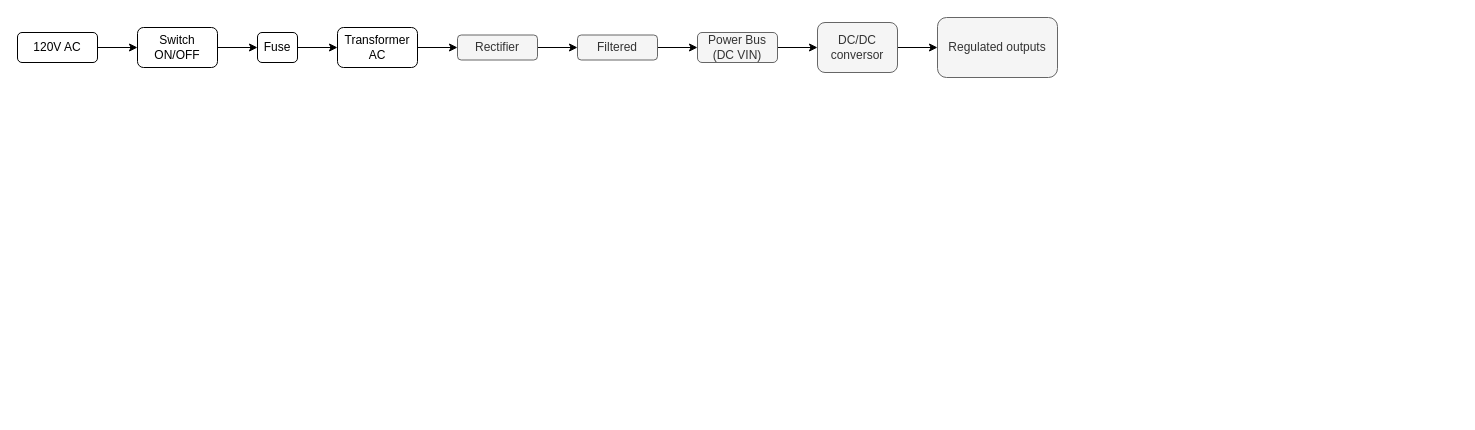
Above: Documentación/HBLD_Power_supply.drawio in HenryPabon09/Project_1_Power_supply (draw.io), before the change. Source tidied: cells renumbered, new cells numbered last; positions are measured from the earlier drawing's top-left corner, leaving out a move shared by most shapes. Both pictures are drawn from the tidied source at 100%, with x=0, y=0 at pixel (17, 17).
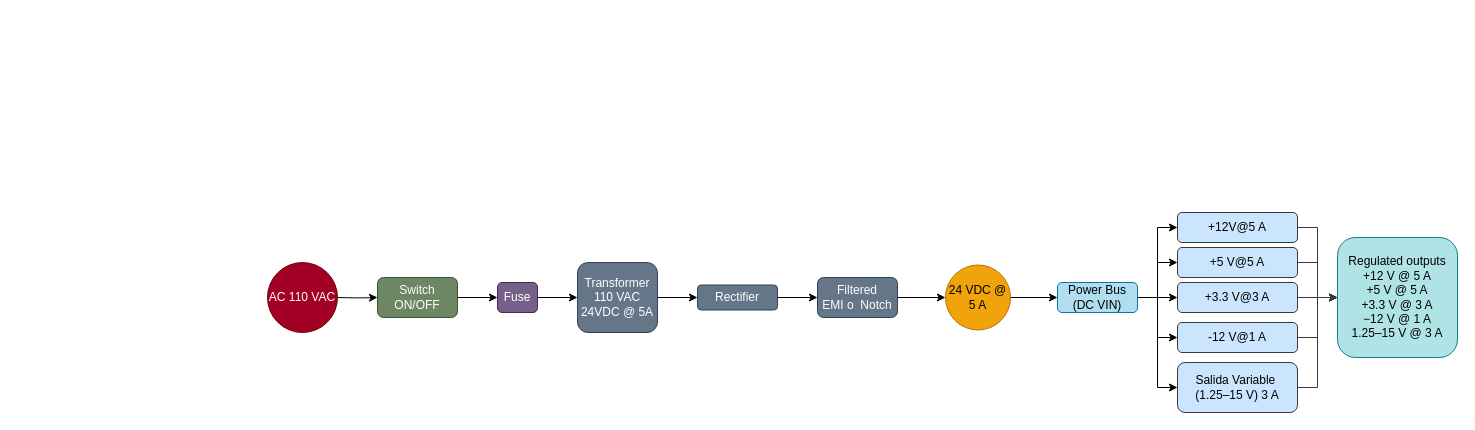
After the change.

What changed in the source:
```diff
@@
-    <mxCell id="2" style="edgeStyle=orthogonalEdgeStyle;rounded=1;jettySize=auto;html=1;exitX=1;exitY=0.5;exitDx=0;exitDy=0;entryX=0;entryY=0.5;entryDx=0;entryDy=0;" parent="1" edge="1" source="3" target="9">
-      <mxGeometry relative="1" as="geometry" />
+    <mxCell id="2" style="edgeStyle=orthogonalEdgeStyle;rounded=1;jettySize=auto;html=1;exitX=1;exitY=0.5;exitDx=0;exitDy=0;entryX=0;entryY=0.5;entryDx=0;entryDy=0;" parent="1" edge="1" target="9">
+      <mxGeometry relative="1" as="geometry">
+        <mxPoint x="320" y="280" as="sourcePoint" />
+      </mxGeometry>
     </mxCell>
-    <mxCell id="3" value="120V AC" style="rounded=1;whiteSpace=wrap;html=1;" parent="1" vertex="1">
-      <mxGeometry y="15" width="80" height="30" as="geometry" />
-    </mxCell>
@@
-    <mxCell id="5" value="Transformer AC" style="rounded=1;whiteSpace=wrap;html=1;" parent="1" vertex="1">
-      <mxGeometry x="320" y="10" width="80" height="40" as="geometry" />
+    <mxCell id="5" value="Transformer 110 VAC 24VDC @ 5A" style="rounded=1;whiteSpace=wrap;html=1;fillColor=#647687;fontColor=#ffffff;strokeColor=#314354;" parent="1" vertex="1">
+      <mxGeometry x="560" y="245" width="80" height="70" as="geometry" />
     </mxCell>
@@
-    <mxCell id="7" value="Fuse" style="rounded=1;whiteSpace=wrap;html=1;" parent="1" vertex="1">
-      <mxGeometry x="240" y="15" width="40" height="30" as="geometry" />
+    <mxCell id="7" value="Fuse" style="rounded=1;whiteSpace=wrap;html=1;fillColor=#76608a;fontColor=#ffffff;strokeColor=#432D57;" parent="1" vertex="1">
+      <mxGeometry x="480" y="265" width="40" height="30" as="geometry" />
     </mxCell>
@@
-    <mxCell id="9" value="Switch&lt;div&gt;ON/OFF&lt;/div&gt;" style="rounded=1;whiteSpace=wrap;html=1;" parent="1" vertex="1">
-      <mxGeometry x="120" y="10" width="80" height="40" as="geometry" />
+    <mxCell id="9" value="Switch&lt;div&gt;ON/OFF&lt;/div&gt;" style="rounded=1;whiteSpace=wrap;html=1;fillColor=#6d8764;fontColor=#ffffff;strokeColor=#3A5431;" parent="1" vertex="1">
+      <mxGeometry x="360" y="260" width="80" height="40" as="geometry" />
     </mxCell>
@@
-    <mxCell id="11" value="Rectifier" style="rounded=1;whiteSpace=wrap;html=1;fillColor=#f5f5f5;strokeColor=#666666;fontColor=#333333;" parent="1" vertex="1">
-      <mxGeometry x="440" y="17.5" width="80" height="25" as="geometry" />
+    <mxCell id="11" value="Rectifier" style="rounded=1;whiteSpace=wrap;html=1;fillColor=#647687;fontColor=#ffffff;strokeColor=#314354;" parent="1" vertex="1">
+      <mxGeometry x="680" y="267.5" width="80" height="25" as="geometry" />
     </mxCell>
-    <mxCell id="12" style="edgeStyle=orthogonalEdgeStyle;rounded=1;jettySize=auto;html=1;" parent="1" edge="1" source="13" target="15">
-      <mxGeometry relative="1" as="geometry" />
-    </mxCell>
+    <mxCell id="19" style="edgeStyle=orthogonalEdgeStyle;rounded=0;jettySize=auto;html=1;" parent="1" edge="1" source="13" target="27">
+      <mxGeometry relative="1" as="geometry" />
+    </mxCell>
-    <mxCell id="13" value="Filtered" style="rounded=1;whiteSpace=wrap;html=1;fillColor=#f5f5f5;strokeColor=#666666;fontColor=#333333;" parent="1" vertex="1">
-      <mxGeometry x="560" y="17.5" width="80" height="25" as="geometry" />
+    <mxCell id="13" value="Filtered&lt;div&gt;EMI o&amp;nbsp; Notch&lt;/div&gt;" style="rounded=1;whiteSpace=wrap;html=1;fillColor=#647687;fontColor=#ffffff;strokeColor=#314354;" parent="1" vertex="1">
+      <mxGeometry x="800" y="260" width="80" height="40" as="geometry" />
     </mxCell>
-    <mxCell id="14" style="edgeStyle=orthogonalEdgeStyle;rounded=1;jettySize=auto;html=1;" parent="1" edge="1" source="15" target="17">
-      <mxGeometry relative="1" as="geometry" />
-    </mxCell>
+    <mxCell id="20" style="edgeStyle=orthogonalEdgeStyle;rounded=0;jettySize=auto;html=1;entryX=0;entryY=0.5;entryDx=0;entryDy=0;" parent="1" edge="1" source="15" target="35">
+      <mxGeometry relative="1" as="geometry" />
+    </mxCell>
+    <mxCell id="21" style="edgeStyle=orthogonalEdgeStyle;rounded=0;jettySize=auto;html=1;exitX=1;exitY=0.5;exitDx=0;exitDy=0;entryX=0;entryY=0.5;entryDx=0;entryDy=0;" parent="1" edge="1" source="15" target="31">
+      <mxGeometry relative="1" as="geometry" />
+    </mxCell>
+    <mxCell id="22" style="edgeStyle=orthogonalEdgeStyle;rounded=0;jettySize=auto;html=1;exitX=1;exitY=0.5;exitDx=0;exitDy=0;entryX=0;entryY=0.5;entryDx=0;entryDy=0;" parent="1" edge="1" source="15" target="29">
+      <mxGeometry relative="1" as="geometry" />
+    </mxCell>
+    <mxCell id="23" style="edgeStyle=orthogonalEdgeStyle;rounded=0;jettySize=auto;html=1;exitX=1;exitY=0.5;exitDx=0;exitDy=0;entryX=0;entryY=0.5;entryDx=0;entryDy=0;" parent="1" edge="1" source="15" target="37">
+      <mxGeometry relative="1" as="geometry" />
+    </mxCell>
+    <mxCell id="24" style="edgeStyle=orthogonalEdgeStyle;rounded=0;jettySize=auto;html=1;exitX=1;exitY=0.5;exitDx=0;exitDy=0;entryX=0;entryY=0.5;entryDx=0;entryDy=0;" parent="1" edge="1" source="15" target="33">
+      <mxGeometry relative="1" as="geometry" />
+    </mxCell>
-    <mxCell id="15" value="Power Bus (DC VIN)" style="rounded=1;whiteSpace=wrap;html=1;fillColor=#f5f5f5;fontColor=#333333;strokeColor=#666666;" parent="1" vertex="1">
-      <mxGeometry x="680" y="15" width="80" height="30" as="geometry" />
+    <mxCell id="15" value="Power Bus (DC VIN)" style="rounded=1;whiteSpace=wrap;html=1;fillColor=#b1ddf0;strokeColor=#10739e;" parent="1" vertex="1">
+      <mxGeometry x="1040" y="265" width="80" height="30" as="geometry" />
     </mxCell>
-    <mxCell id="16" style="edgeStyle=orthogonalEdgeStyle;rounded=1;jettySize=auto;html=1;" parent="1" edge="1" source="17" target="18">
-      <mxGeometry relative="1" as="geometry" />
-    </mxCell>
-    <mxCell id="17" value="DC/DC conversor" style="rounded=1;whiteSpace=wrap;html=1;fillColor=#f5f5f5;fontColor=#333333;strokeColor=#666666;" parent="1" vertex="1">
-      <mxGeometry x="800" y="5" width="80" height="50" as="geometry" />
-    </mxCell>
-    <mxCell id="18" value="Regulated outputs" style="rounded=1;whiteSpace=wrap;html=1;fillColor=#f5f5f5;fontColor=#333333;strokeColor=#666666;" parent="1" vertex="1">
-      <mxGeometry x="920" width="120" height="60" as="geometry" />
+    <mxCell id="18" value="Regulated outputs&lt;div&gt;&lt;div&gt;+12 V @ 5 A&lt;/div&gt;&lt;div&gt;+5 V @ 5 A&lt;/div&gt;&lt;div&gt;+3.3 V @ 3 A&lt;/div&gt;&lt;div&gt;−12 V @ 1 A&lt;/div&gt;&lt;div&gt;1.25–15 V @ 3 A&lt;/div&gt;&lt;/div&gt;" style="rounded=1;whiteSpace=wrap;html=1;fillColor=#b0e3e6;strokeColor=#0e8088;" parent="1" vertex="1">
+      <mxGeometry x="1320" y="220" width="120" height="120" as="geometry" />
     </mxCell>
+    <mxCell id="25" value="AC 110 VAC" style="ellipse;whiteSpace=wrap;html=1;shapeInside=1;fillColor=#a20025;fontColor=#ffffff;strokeColor=#6F0000;" parent="1" vertex="1">
+      <mxGeometry x="250" y="245" width="70" height="70" as="geometry" />
+    </mxCell>
+    <mxCell id="26" style="edgeStyle=orthogonalEdgeStyle;rounded=0;jettySize=auto;html=1;" parent="1" edge="1" source="27" target="15">
+      <mxGeometry relative="1" as="geometry" />
+    </mxCell>
+    <mxCell id="27" value="&lt;span style=&quot;text-decoration-line: inherit; background-color: transparent; color: light-dark(rgb(0, 0, 0), rgb(255, 255, 255));&quot;&gt;24 VDC @ 5 A&lt;/span&gt;" style="ellipse;whiteSpace=wrap;html=1;shapeInside=1;fillColor=#f0a30a;fontColor=#000000;strokeColor=#BD7000;" parent="1" vertex="1">
+      <mxGeometry x="928" y="247.5" width="65" height="65" as="geometry" />
+    </mxCell>
+    <mxCell id="28" style="edgeStyle=orthogonalEdgeStyle;rounded=0;jettySize=auto;html=1;exitX=1;exitY=0.5;exitDx=0;exitDy=0;entryX=0;entryY=0.5;entryDx=0;entryDy=0;fillColor=#cce5ff;strokeColor=#36393d;" parent="1" edge="1" source="29" target="18">
+      <mxGeometry relative="1" as="geometry" />
+    </mxCell>
+    <mxCell id="29" value="+12V@5 A" style="rounded=1;whiteSpace=wrap;html=1;fillColor=#cce5ff;strokeColor=#36393d;" parent="1" vertex="1">
+      <mxGeometry x="1160" y="195" width="120" height="30" as="geometry" />
+    </mxCell>
+    <mxCell id="30" style="edgeStyle=orthogonalEdgeStyle;rounded=0;jettySize=auto;html=1;exitX=1;exitY=0.5;exitDx=0;exitDy=0;entryX=0;entryY=0.5;entryDx=0;entryDy=0;fillColor=#cce5ff;strokeColor=#36393d;" parent="1" edge="1" source="31" target="18">
+      <mxGeometry relative="1" as="geometry" />
+    </mxCell>
+    <mxCell id="31" value="+5 V@5 A" style="rounded=1;whiteSpace=wrap;html=1;fillColor=#cce5ff;strokeColor=#36393d;" parent="1" vertex="1">
+      <mxGeometry x="1160" y="230" width="120" height="30" as="geometry" />
+    </mxCell>
+    <mxCell id="32" style="edgeStyle=orthogonalEdgeStyle;rounded=0;jettySize=auto;html=1;exitX=1;exitY=0.5;exitDx=0;exitDy=0;entryX=0;entryY=0.5;entryDx=0;entryDy=0;fillColor=#cce5ff;strokeColor=#36393d;" parent="1" edge="1" source="33" target="18">
+      <mxGeometry relative="1" as="geometry" />
+    </mxCell>
+    <mxCell id="33" value="+3.3 V@3 A" style="rounded=1;whiteSpace=wrap;html=1;fillColor=#cce5ff;strokeColor=#36393d;" parent="1" vertex="1">
+      <mxGeometry x="1160" y="265" width="120" height="30" as="geometry" />
+    </mxCell>
+    <mxCell id="34" style="edgeStyle=orthogonalEdgeStyle;rounded=0;jettySize=auto;html=1;exitX=1;exitY=0.5;exitDx=0;exitDy=0;entryX=0;entryY=0.5;entryDx=0;entryDy=0;fillColor=#cce5ff;strokeColor=#36393d;" parent="1" edge="1" source="35" target="18">
+      <mxGeometry relative="1" as="geometry" />
+    </mxCell>
+    <mxCell id="35" value="-12 V@1 A" style="rounded=1;whiteSpace=wrap;html=1;fillColor=#cce5ff;strokeColor=#36393d;" parent="1" vertex="1">
+      <mxGeometry x="1160" y="305" width="120" height="30" as="geometry" />
+    </mxCell>
+    <mxCell id="36" style="edgeStyle=orthogonalEdgeStyle;rounded=0;jettySize=auto;html=1;exitX=1;exitY=0.5;exitDx=0;exitDy=0;entryX=0;entryY=0.5;entryDx=0;entryDy=0;fillColor=#cce5ff;strokeColor=#36393d;" parent="1" edge="1" source="37" target="18">
+      <mxGeometry relative="1" as="geometry" />
+    </mxCell>
+    <mxCell id="37" value="Salida Variable&amp;nbsp;&lt;div&gt;(1.25–15 V) 3 A&lt;/div&gt;" style="rounded=1;whiteSpace=wrap;html=1;fillColor=#cce5ff;strokeColor=#36393d;" parent="1" vertex="1">
+      <mxGeometry x="1160" y="345" width="120" height="50" as="geometry" />
+    </mxCell>
```
